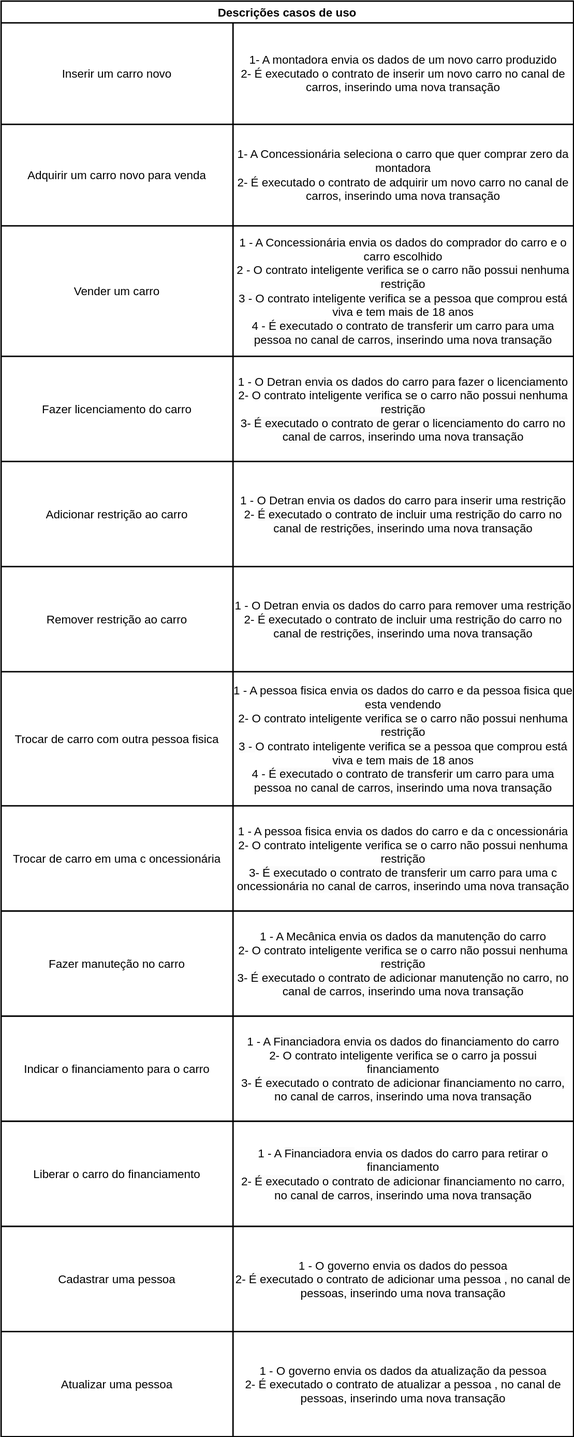
The draw.io diagram docs/diagrams/uml/use_cases_descriptions.drawio.svg in yurihartmann/car_lifes_cycle_hyperledger_fabric, before a commit. Source tidied: cells renumbered, new cells last; positions are measured from the earlier drawing's top-left corner, leaving out a move shared by most shapes.
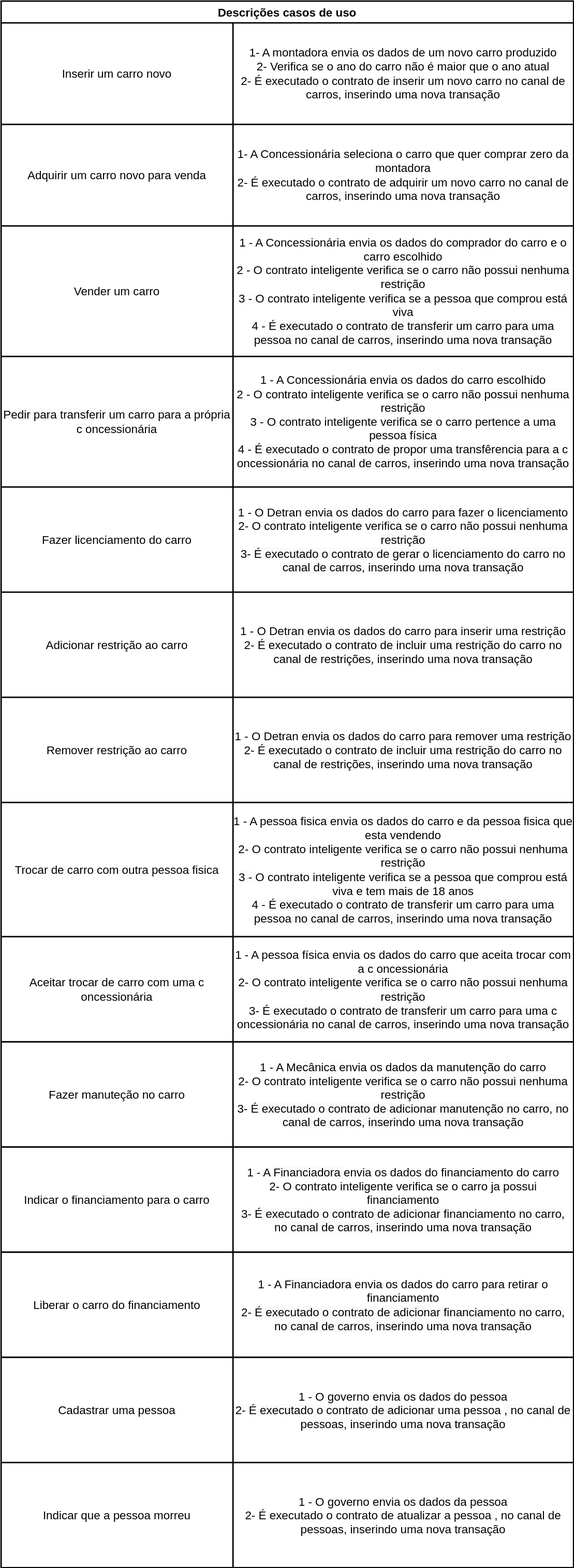
After the commit.

What changed in the source:
```diff
@@ -3,7 +3,7 @@
     <mxCell id="0" />
     <mxCell id="1" parent="0" />
     <mxCell id="2" value="Descrições casos de uso" style="shape=table;startSize=30;fontStyle=1;align=center;fontSize=16;fillStyle=auto;strokeWidth=2;" parent="1" vertex="1">
-      <mxGeometry width="790" height="1980" as="geometry" />
+      <mxGeometry width="790" height="2160" as="geometry" />
     </mxCell>
     <mxCell id="3" style="shape=tableRow;horizontal=0;startSize=0;swimlaneHead=0;swimlaneBody=0;top=0;left=0;bottom=0;right=0;fillColor=none;fontSize=16;" parent="2" vertex="1">
       <mxGeometry y="30" width="790" height="140" as="geometry" />
@@ -11,7 +11,7 @@
     <mxCell id="4" value="&lt;font style=&quot;font-size: 16px;&quot;&gt;Inserir um carro novo&lt;/font&gt;" style="shape=partialRectangle;html=1;whiteSpace=wrap;fillColor=none;top=0;left=0;bottom=0;right=0;overflow=hidden;fontSize=16;gradientColor=none;" parent="3" vertex="1">
       <mxGeometry width="320" height="140" as="geometry" />
     </mxCell>
-    <mxCell id="5" value="&lt;font style=&quot;font-size: 16px;&quot;&gt;1- A montadora envia os dados de um novo carro produzido&lt;br style=&quot;border-color: var(--border-color); font-size: 16px;&quot;&gt;2- É executado o contrato de inserir um novo carro no canal de carros, inserindo uma nova transação&lt;/font&gt;" style="shape=partialRectangle;html=1;whiteSpace=wrap;fillColor=none;top=0;left=0;bottom=0;right=0;overflow=hidden;fontSize=16;fillStyle=solid;" parent="3" vertex="1">
+    <mxCell id="5" value="&lt;font style=&quot;font-size: 16px;&quot;&gt;1- A montadora envia os dados de um novo carro produzido&lt;br&gt;2- Verifica se o ano do carro não é maior que o ano atual&lt;br style=&quot;border-color: var(--border-color); font-size: 16px;&quot;&gt;2- É executado o contrato de inserir um novo carro no canal de carros, inserindo uma nova transação&lt;/font&gt;" style="shape=partialRectangle;html=1;whiteSpace=wrap;fillColor=none;top=0;left=0;bottom=0;right=0;overflow=hidden;fontSize=16;fillStyle=solid;" parent="3" vertex="1">
       <mxGeometry x="320" width="470" height="140" as="geometry" />
     </mxCell>
     <mxCell id="6" style="shape=tableRow;horizontal=0;startSize=0;swimlaneHead=0;swimlaneBody=0;top=0;left=0;bottom=0;right=0;fillColor=none;fontSize=16;" parent="2" vertex="1">
@@ -29,11 +29,20 @@
     <mxCell id="10" value="Vender um carro" style="shape=partialRectangle;html=1;whiteSpace=wrap;fillColor=none;top=0;left=0;bottom=0;right=0;overflow=hidden;fontSize=16;" parent="9" vertex="1">
       <mxGeometry width="320" height="180" as="geometry" />
     </mxCell>
-    <mxCell id="11" value="1 - A&amp;nbsp;&lt;span style=&quot;border-color: var(--border-color); background-color: rgb(255, 255, 255);&quot;&gt;Concessionária envia os dados do comprador do carro e o carro escolhido&lt;br&gt;2 - O contrato inteligente verifica se o carro não&amp;nbsp;&lt;span style=&quot;background-color: rgb(251, 251, 251);&quot;&gt;possui nenhuma restrição&lt;br&gt;3 -&amp;nbsp;&lt;/span&gt;O contrato inteligente verifica se a pessoa que comprou está viva e tem mais de 18 anos&lt;span style=&quot;background-color: rgb(251, 251, 251);&quot;&gt;&lt;br&gt;&lt;/span&gt;4 -&amp;nbsp;&lt;span style=&quot;background-color: rgb(251, 251, 251);&quot;&gt;É executado o contrato de transferir um carro para uma pessoa no canal de carros, inserindo uma nova transação&lt;/span&gt;&lt;br&gt;&lt;/span&gt;" style="shape=partialRectangle;html=1;whiteSpace=wrap;fillColor=none;top=0;left=0;bottom=0;right=0;overflow=hidden;fontSize=16;" parent="9" vertex="1">
+    <mxCell id="11" value="1 - A&amp;nbsp;&lt;span style=&quot;border-color: var(--border-color); background-color: rgb(255, 255, 255);&quot;&gt;Concessionária envia os dados do comprador do carro e o carro escolhido&lt;br&gt;2 - O contrato inteligente verifica se o carro não&amp;nbsp;&lt;span style=&quot;background-color: rgb(251, 251, 251);&quot;&gt;possui nenhuma restrição&lt;br&gt;3 -&amp;nbsp;&lt;/span&gt;O contrato inteligente verifica se a pessoa que comprou está viva&lt;span style=&quot;background-color: rgb(251, 251, 251);&quot;&gt;&lt;br&gt;&lt;/span&gt;4 -&amp;nbsp;&lt;span style=&quot;background-color: rgb(251, 251, 251);&quot;&gt;É executado o contrato de transferir um carro para uma pessoa no canal de carros, inserindo uma nova transação&lt;/span&gt;&lt;br&gt;&lt;/span&gt;" style="shape=partialRectangle;html=1;whiteSpace=wrap;fillColor=none;top=0;left=0;bottom=0;right=0;overflow=hidden;fontSize=16;" parent="9" vertex="1">
       <mxGeometry x="320" width="470" height="180" as="geometry" />
     </mxCell>
+    <mxCell id="42" style="shape=tableRow;horizontal=0;startSize=0;swimlaneHead=0;swimlaneBody=0;top=0;left=0;bottom=0;right=0;fillColor=none;fontSize=16;" parent="2" vertex="1">
+      <mxGeometry y="490" width="790" height="180" as="geometry" />
+    </mxCell>
+    <mxCell id="43" value="&lt;font style=&quot;font-size: 16px;&quot;&gt;&lt;font style=&quot;border-color: var(--border-color); color: rgb(0, 0, 0); font-family: Helvetica; font-style: normal; font-variant-ligatures: normal; font-variant-caps: normal; font-weight: 400; letter-spacing: normal; orphans: 2; text-align: center; text-indent: 0px; text-transform: none; widows: 2; word-spacing: 0px; -webkit-text-stroke-width: 0px; background-color: rgb(251, 251, 251); text-decoration-thickness: initial; text-decoration-style: initial; text-decoration-color: initial; font-size: 16px;&quot;&gt;Pedir para transferir um carro para a própria c&lt;/font&gt;&lt;span style=&quot;border-color: var(--border-color); color: rgb(0, 0, 0); font-family: Helvetica; font-style: normal; font-variant-ligatures: normal; font-variant-caps: normal; font-weight: 400; letter-spacing: normal; orphans: 2; text-align: center; text-indent: 0px; text-transform: none; widows: 2; word-spacing: 0px; -webkit-text-stroke-width: 0px; text-decoration-thickness: initial; text-decoration-style: initial; text-decoration-color: initial; background-color: rgb(255, 255, 255);&quot;&gt;oncessionária&lt;/span&gt;&lt;/font&gt;" style="shape=partialRectangle;html=1;whiteSpace=wrap;fillColor=none;top=0;left=0;bottom=0;right=0;overflow=hidden;fontSize=16;" parent="42" vertex="1">
+      <mxGeometry width="320" height="180" as="geometry" />
+    </mxCell>
+    <mxCell id="44" value="1 - A&amp;nbsp;&lt;span style=&quot;border-color: var(--border-color); background-color: rgb(255, 255, 255);&quot;&gt;Concessionária envia os dados do carro escolhido&lt;br style=&quot;border-color: var(--border-color);&quot;&gt;2 - O contrato inteligente verifica se o carro não&amp;nbsp;&lt;span style=&quot;border-color: var(--border-color); background-color: rgb(251, 251, 251);&quot;&gt;possui nenhuma restrição&lt;br style=&quot;border-color: var(--border-color);&quot;&gt;3 -&amp;nbsp;&lt;/span&gt;O contrato inteligente verifica se o carro pertence a uma pessoa física&lt;span style=&quot;border-color: var(--border-color); background-color: rgb(251, 251, 251);&quot;&gt;&lt;br style=&quot;border-color: var(--border-color);&quot;&gt;&lt;/span&gt;4 -&amp;nbsp;&lt;span style=&quot;border-color: var(--border-color); background-color: rgb(251, 251, 251);&quot;&gt;É executado o contrato de propor uma transfêrencia para a c&lt;span style=&quot;background-color: rgb(255, 255, 255);&quot;&gt;oncessionária&lt;/span&gt;&amp;nbsp;no canal de carros, inserindo uma nova transação&lt;/span&gt;&lt;/span&gt;" style="shape=partialRectangle;html=1;whiteSpace=wrap;fillColor=none;top=0;left=0;bottom=0;right=0;overflow=hidden;fontSize=16;" parent="42" vertex="1">
+      <mxGeometry x="320" width="470" height="180" as="geometry" />
+    </mxCell>
     <mxCell id="12" style="shape=tableRow;horizontal=0;startSize=0;swimlaneHead=0;swimlaneBody=0;top=0;left=0;bottom=0;right=0;fillColor=none;fontSize=16;" parent="2" vertex="1">
-      <mxGeometry y="490" width="790" height="145" as="geometry" />
+      <mxGeometry y="670" width="790" height="145" as="geometry" />
     </mxCell>
     <mxCell id="13" value="Fazer licenciamento do carro" style="shape=partialRectangle;html=1;whiteSpace=wrap;fillColor=none;top=0;left=0;bottom=0;right=0;overflow=hidden;fontSize=16;" parent="12" vertex="1">
       <mxGeometry width="320" height="145" as="geometry" />
@@ -42,7 +51,7 @@
       <mxGeometry x="320" width="470" height="145" as="geometry" />
     </mxCell>
     <mxCell id="15" style="shape=tableRow;horizontal=0;startSize=0;swimlaneHead=0;swimlaneBody=0;top=0;left=0;bottom=0;right=0;fillColor=none;fontSize=16;" parent="2" vertex="1">
-      <mxGeometry y="635" width="790" height="145" as="geometry" />
+      <mxGeometry y="815" width="790" height="145" as="geometry" />
     </mxCell>
     <mxCell id="16" value="Adicionar restrição ao carro" style="shape=partialRectangle;html=1;whiteSpace=wrap;fillColor=none;top=0;left=0;bottom=0;right=0;overflow=hidden;fontSize=16;" parent="15" vertex="1">
       <mxGeometry width="320" height="145" as="geometry" />
@@ -51,7 +60,7 @@
       <mxGeometry x="320" width="470" height="145" as="geometry" />
     </mxCell>
     <mxCell id="18" style="shape=tableRow;horizontal=0;startSize=0;swimlaneHead=0;swimlaneBody=0;top=0;left=0;bottom=0;right=0;fillColor=none;fontSize=16;" parent="2" vertex="1">
-      <mxGeometry y="780" width="790" height="145" as="geometry" />
+      <mxGeometry y="960" width="790" height="145" as="geometry" />
     </mxCell>
     <mxCell id="19" value="Remover restrição ao carro" style="shape=partialRectangle;html=1;whiteSpace=wrap;fillColor=none;top=0;left=0;bottom=0;right=0;overflow=hidden;fontSize=16;" parent="18" vertex="1">
       <mxGeometry width="320" height="145" as="geometry" />
@@ -60,7 +69,7 @@
       <mxGeometry x="320" width="470" height="145" as="geometry" />
     </mxCell>
     <mxCell id="21" style="shape=tableRow;horizontal=0;startSize=0;swimlaneHead=0;swimlaneBody=0;top=0;left=0;bottom=0;right=0;fillColor=none;fontSize=16;" parent="2" vertex="1">
-      <mxGeometry y="925" width="790" height="185" as="geometry" />
+      <mxGeometry y="1105" width="790" height="185" as="geometry" />
     </mxCell>
     <mxCell id="22" value="Trocar de carro com outra pessoa fisica" style="shape=partialRectangle;html=1;whiteSpace=wrap;fillColor=none;top=0;left=0;bottom=0;right=0;overflow=hidden;fontSize=16;" parent="21" vertex="1">
       <mxGeometry width="320" height="185" as="geometry" />
@@ -69,16 +78,16 @@
       <mxGeometry x="320" width="470" height="185" as="geometry" />
     </mxCell>
     <mxCell id="24" style="shape=tableRow;horizontal=0;startSize=0;swimlaneHead=0;swimlaneBody=0;top=0;left=0;bottom=0;right=0;fillColor=none;fontSize=16;" parent="2" vertex="1">
-      <mxGeometry y="1110" width="790" height="145" as="geometry" />
+      <mxGeometry y="1290" width="790" height="145" as="geometry" />
     </mxCell>
-    <mxCell id="25" value="Trocar de carro em uma c&lt;span style=&quot;border-color: var(--border-color); background-color: rgb(255, 255, 255); font-size: 16px;&quot;&gt;&lt;font style=&quot;border-color: var(--border-color); font-size: 16px;&quot;&gt;oncessionária&lt;/font&gt;&lt;/span&gt;" style="shape=partialRectangle;html=1;whiteSpace=wrap;fillColor=none;top=0;left=0;bottom=0;right=0;overflow=hidden;fontSize=16;" parent="24" vertex="1">
+    <mxCell id="25" value="&lt;font style=&quot;font-size: 16px;&quot;&gt;Aceitar trocar de carro com uma c&lt;span style=&quot;border-color: var(--border-color); background-color: rgb(255, 255, 255);&quot;&gt;&lt;font style=&quot;border-color: var(--border-color); font-size: 16px;&quot;&gt;oncessionária&lt;/font&gt;&lt;/span&gt;&lt;/font&gt;" style="shape=partialRectangle;html=1;whiteSpace=wrap;fillColor=none;top=0;left=0;bottom=0;right=0;overflow=hidden;fontSize=16;" parent="24" vertex="1">
       <mxGeometry width="320" height="145" as="geometry" />
     </mxCell>
-    <mxCell id="26" value="1 - A pessoa fisica&lt;span style=&quot;border-color: var(--border-color); background-color: rgb(255, 255, 255);&quot;&gt;&amp;nbsp;envia os dados do carro e da&amp;nbsp;&lt;span style=&quot;border-color: var(--border-color); background-color: rgb(251, 251, 251);&quot;&gt;c&lt;span style=&quot;border-color: var(--border-color); background-color: rgb(255, 255, 255);&quot;&gt;&lt;font style=&quot;border-color: var(--border-color);&quot;&gt;oncessionária&lt;/font&gt;&lt;/span&gt;&lt;br style=&quot;border-color: var(--border-color);&quot;&gt;&lt;/span&gt;2- O contrato inteligente verifica se o carro não&amp;nbsp;&lt;span style=&quot;border-color: var(--border-color); background-color: rgb(251, 251, 251);&quot;&gt;possui nenhuma restrição&lt;br style=&quot;border-color: var(--border-color);&quot;&gt;&lt;/span&gt;3-&amp;nbsp;&lt;span style=&quot;border-color: var(--border-color); background-color: rgb(251, 251, 251);&quot;&gt;É executado o contrato de transferir um carro para uma c&lt;span style=&quot;border-color: var(--border-color); background-color: rgb(255, 255, 255);&quot;&gt;&lt;font style=&quot;border-color: var(--border-color);&quot;&gt;oncessionária&lt;/font&gt;&lt;/span&gt;&amp;nbsp;no canal de carros, inserindo uma nova transação&lt;/span&gt;&lt;/span&gt;" style="shape=partialRectangle;html=1;whiteSpace=wrap;fillColor=none;top=0;left=0;bottom=0;right=0;overflow=hidden;fontSize=16;" parent="24" vertex="1">
+    <mxCell id="26" value="1 - A pessoa física&lt;span style=&quot;border-color: var(--border-color); background-color: rgb(255, 255, 255);&quot;&gt;&amp;nbsp;envia os dados do carro que aceita trocar com a&amp;nbsp;&lt;span style=&quot;border-color: var(--border-color); background-color: rgb(251, 251, 251);&quot;&gt;c&lt;span style=&quot;border-color: var(--border-color); background-color: rgb(255, 255, 255);&quot;&gt;&lt;font style=&quot;border-color: var(--border-color);&quot;&gt;oncessionária&lt;/font&gt;&lt;/span&gt;&lt;br style=&quot;border-color: var(--border-color);&quot;&gt;&lt;/span&gt;2- O contrato inteligente verifica se o carro não&amp;nbsp;&lt;span style=&quot;border-color: var(--border-color); background-color: rgb(251, 251, 251);&quot;&gt;possui nenhuma restrição&lt;br style=&quot;border-color: var(--border-color);&quot;&gt;&lt;/span&gt;3-&amp;nbsp;&lt;span style=&quot;border-color: var(--border-color); background-color: rgb(251, 251, 251);&quot;&gt;É executado o contrato de transferir um carro para uma c&lt;span style=&quot;border-color: var(--border-color); background-color: rgb(255, 255, 255);&quot;&gt;&lt;font style=&quot;border-color: var(--border-color);&quot;&gt;oncessionária&lt;/font&gt;&lt;/span&gt;&amp;nbsp;no canal de carros, inserindo uma nova transação&lt;/span&gt;&lt;/span&gt;" style="shape=partialRectangle;html=1;whiteSpace=wrap;fillColor=none;top=0;left=0;bottom=0;right=0;overflow=hidden;fontSize=16;" parent="24" vertex="1">
       <mxGeometry x="320" width="470" height="145" as="geometry" />
     </mxCell>
     <mxCell id="27" style="shape=tableRow;horizontal=0;startSize=0;swimlaneHead=0;swimlaneBody=0;top=0;left=0;bottom=0;right=0;fillColor=none;fontSize=16;" parent="2" vertex="1">
-      <mxGeometry y="1255" width="790" height="145" as="geometry" />
+      <mxGeometry y="1435" width="790" height="145" as="geometry" />
     </mxCell>
     <mxCell id="28" value="Fazer manuteção no carro" style="shape=partialRectangle;html=1;whiteSpace=wrap;fillColor=none;top=0;left=0;bottom=0;right=0;overflow=hidden;fontSize=16;" parent="27" vertex="1">
       <mxGeometry width="320" height="145" as="geometry" />
@@ -87,7 +96,7 @@
       <mxGeometry x="320" width="470" height="145" as="geometry" />
     </mxCell>
     <mxCell id="30" style="shape=tableRow;horizontal=0;startSize=0;swimlaneHead=0;swimlaneBody=0;top=0;left=0;bottom=0;right=0;fillColor=none;fontSize=16;" parent="2" vertex="1">
-      <mxGeometry y="1400" width="790" height="145" as="geometry" />
+      <mxGeometry y="1580" width="790" height="145" as="geometry" />
     </mxCell>
     <mxCell id="31" value="Indicar o financiamento para o carro" style="shape=partialRectangle;html=1;whiteSpace=wrap;fillColor=none;top=0;left=0;bottom=0;right=0;overflow=hidden;fontSize=16;" parent="30" vertex="1">
       <mxGeometry width="320" height="145" as="geometry" />
@@ -96,7 +105,7 @@
       <mxGeometry x="320" width="470" height="145" as="geometry" />
     </mxCell>
     <mxCell id="33" style="shape=tableRow;horizontal=0;startSize=0;swimlaneHead=0;swimlaneBody=0;top=0;left=0;bottom=0;right=0;fillColor=none;fontSize=16;" parent="2" vertex="1">
-      <mxGeometry y="1545" width="790" height="145" as="geometry" />
+      <mxGeometry y="1725" width="790" height="145" as="geometry" />
     </mxCell>
     <mxCell id="34" value="Liberar o carro do financiamento" style="shape=partialRectangle;html=1;whiteSpace=wrap;fillColor=none;top=0;left=0;bottom=0;right=0;overflow=hidden;fontSize=16;" parent="33" vertex="1">
       <mxGeometry width="320" height="145" as="geometry" />
@@ -105,7 +114,7 @@
       <mxGeometry x="320" width="470" height="145" as="geometry" />
     </mxCell>
     <mxCell id="36" style="shape=tableRow;horizontal=0;startSize=0;swimlaneHead=0;swimlaneBody=0;top=0;left=0;bottom=0;right=0;fillColor=none;fontSize=16;" parent="2" vertex="1">
-      <mxGeometry y="1690" width="790" height="145" as="geometry" />
+      <mxGeometry y="1870" width="790" height="145" as="geometry" />
     </mxCell>
     <mxCell id="37" value="Cadastrar uma pessoa" style="shape=partialRectangle;html=1;whiteSpace=wrap;fillColor=none;top=0;left=0;bottom=0;right=0;overflow=hidden;fontSize=16;" parent="36" vertex="1">
       <mxGeometry width="320" height="145" as="geometry" />
@@ -114,12 +123,12 @@
       <mxGeometry x="320" width="470" height="145" as="geometry" />
     </mxCell>
     <mxCell id="39" style="shape=tableRow;horizontal=0;startSize=0;swimlaneHead=0;swimlaneBody=0;top=0;left=0;bottom=0;right=0;fillColor=none;fontSize=16;" parent="2" vertex="1">
-      <mxGeometry y="1835" width="790" height="145" as="geometry" />
+      <mxGeometry y="2015" width="790" height="145" as="geometry" />
     </mxCell>
-    <mxCell id="40" value="Atualizar uma pessoa" style="shape=partialRectangle;html=1;whiteSpace=wrap;fillColor=none;top=0;left=0;bottom=0;right=0;overflow=hidden;fontSize=16;" parent="39" vertex="1">
+    <mxCell id="40" value="&lt;font style=&quot;font-size: 16px;&quot;&gt;Indicar que a pessoa morreu&lt;/font&gt;" style="shape=partialRectangle;html=1;whiteSpace=wrap;fillColor=none;top=0;left=0;bottom=0;right=0;overflow=hidden;fontSize=16;" parent="39" vertex="1">
       <mxGeometry width="320" height="145" as="geometry" />
     </mxCell>
-    <mxCell id="41" value="1 - O governo&lt;span style=&quot;border-color: var(--border-color);&quot;&gt;&lt;span style=&quot;border-color: var(--border-color); background-color: rgb(255, 255, 255);&quot;&gt;&amp;nbsp;envia os dados da atualização da pessoa&lt;/span&gt;&lt;span style=&quot;border-color: var(--border-color);&quot;&gt;&lt;br style=&quot;border-color: var(--border-color);&quot;&gt;&lt;/span&gt;&lt;span style=&quot;border-color: var(--border-color); background-color: rgb(255, 255, 255);&quot;&gt;2-&amp;nbsp;&lt;/span&gt;&lt;span style=&quot;border-color: var(--border-color);&quot;&gt;É executado o contrato de atualizar&amp;nbsp;&lt;/span&gt;&lt;span style=&quot;border-color: var(--border-color);&quot;&gt;&lt;span style=&quot;border-color: var(--border-color); background-color: rgb(255, 255, 255);&quot;&gt;a pessoa&lt;/span&gt;&lt;span style=&quot;border-color: var(--border-color);&quot;&gt;, no canal de pessoas, inserindo uma nova transação&lt;/span&gt;&lt;/span&gt;&lt;/span&gt;" style="shape=partialRectangle;html=1;whiteSpace=wrap;fillColor=none;top=0;left=0;bottom=0;right=0;overflow=hidden;fontSize=16;" parent="39" vertex="1">
+    <mxCell id="41" value="1 - O governo&lt;span style=&quot;border-color: var(--border-color);&quot;&gt;&lt;span style=&quot;border-color: var(--border-color); background-color: rgb(255, 255, 255);&quot;&gt;&amp;nbsp;envia os dados da pessoa&lt;/span&gt;&lt;span style=&quot;border-color: var(--border-color);&quot;&gt;&lt;br style=&quot;border-color: var(--border-color);&quot;&gt;&lt;/span&gt;&lt;span style=&quot;border-color: var(--border-color); background-color: rgb(255, 255, 255);&quot;&gt;2-&amp;nbsp;&lt;/span&gt;&lt;span style=&quot;border-color: var(--border-color);&quot;&gt;É executado o contrato de atualizar&amp;nbsp;&lt;/span&gt;&lt;span style=&quot;border-color: var(--border-color);&quot;&gt;&lt;span style=&quot;border-color: var(--border-color); background-color: rgb(255, 255, 255);&quot;&gt;a pessoa&lt;/span&gt;&lt;span style=&quot;border-color: var(--border-color);&quot;&gt;, no canal de pessoas, inserindo uma nova transação&lt;/span&gt;&lt;/span&gt;&lt;/span&gt;" style="shape=partialRectangle;html=1;whiteSpace=wrap;fillColor=none;top=0;left=0;bottom=0;right=0;overflow=hidden;fontSize=16;" parent="39" vertex="1">
       <mxGeometry x="320" width="470" height="145" as="geometry" />
     </mxCell>
   </root>
```
